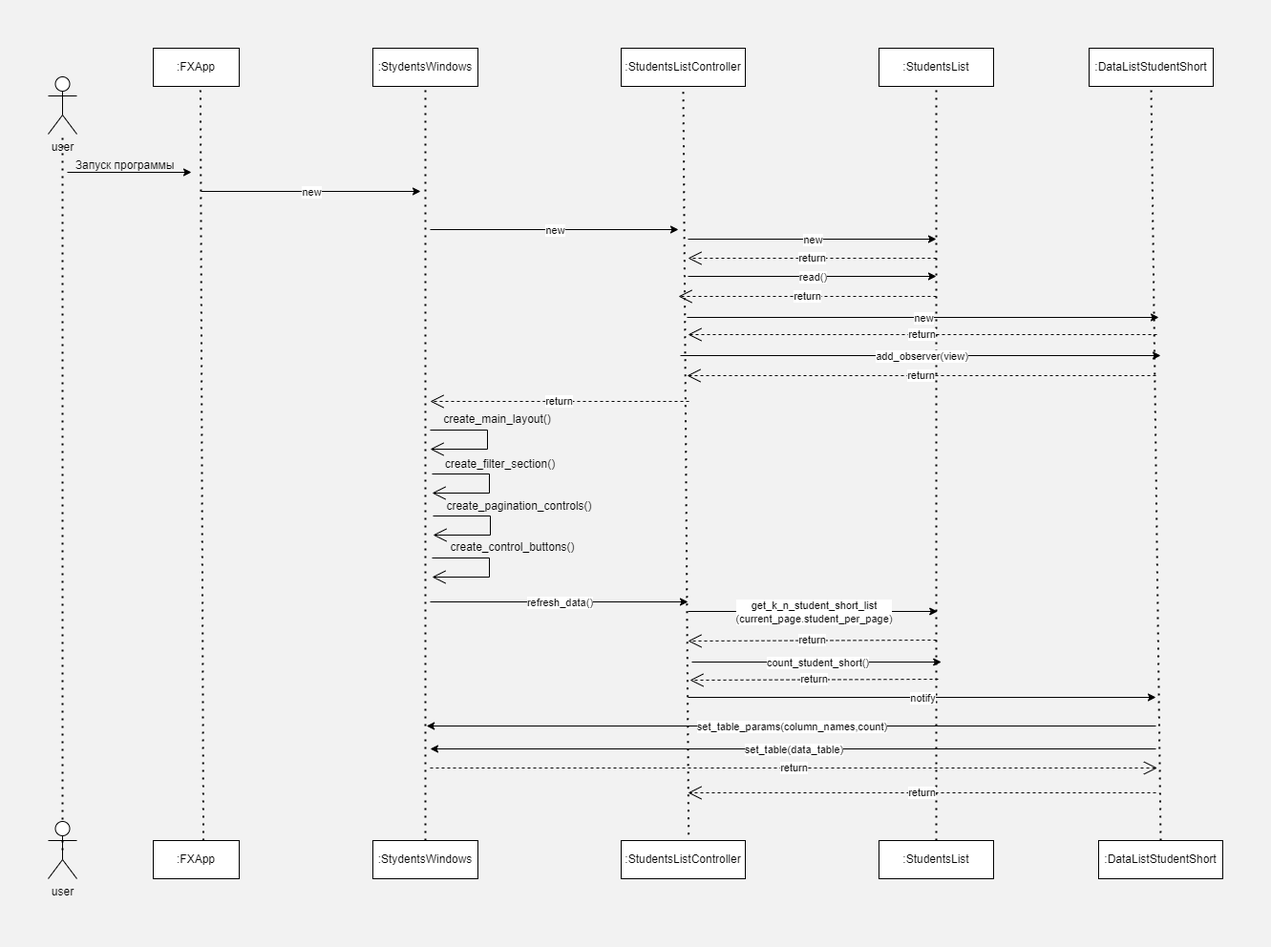
Above: class_student/database/sequence diagram.png in llKristina/ruby (draw.io), before the change. Source tidied: cells renumbered, new cells last; positions are measured from the earlier drawing's top-left corner, leaving out a move shared by most shapes.
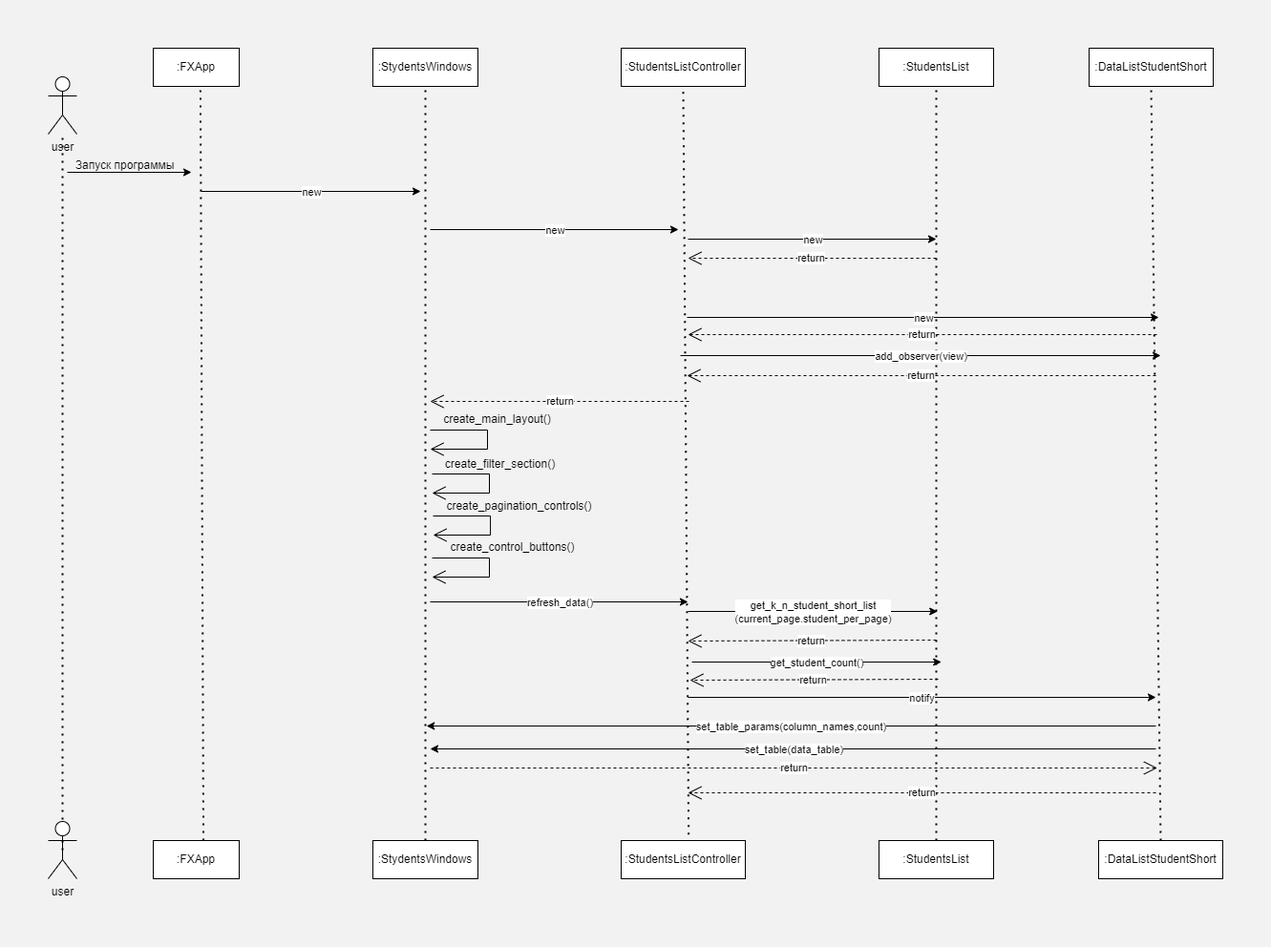
After the change.

Diff of the diagram source:
```diff
@@ -74,21 +74,6 @@
         <mxPoint x="670" y="220" as="targetPoint" />
       </mxGeometry>
     </mxCell>
-    <mxCell id="21" style="endArrow=classic;html=1;rounded=0;" parent="1" edge="1">
-      <mxGeometry relative="1" as="geometry">
-        <mxPoint x="670" y="239" as="sourcePoint" />
-        <mxPoint x="930" y="239" as="targetPoint" />
-      </mxGeometry>
-    </mxCell>
-    <mxCell id="22" value="read()" style="edgeLabel;html=1;align=center;verticalAlign=middle;" parent="21" vertex="1">
-      <mxGeometry relative="1" as="geometry" />
-    </mxCell>
-    <mxCell id="23" value="return" style="endArrow=open;endSize=12;dashed=1;html=1;rounded=0;" parent="1" edge="1">
-      <mxGeometry relative="1" as="geometry">
-        <mxPoint x="930" y="260" as="sourcePoint" />
-        <mxPoint x="660" y="260" as="targetPoint" />
-      </mxGeometry>
-    </mxCell>
     <mxCell id="24" value=":DataListStudentShort" style="html=1;whiteSpace=wrap;" parent="1" vertex="1">
       <mxGeometry x="1090" width="130" height="40" as="geometry" />
     </mxCell>
@@ -217,7 +202,7 @@
         <mxPoint x="935.2" y="643" as="targetPoint" />
       </mxGeometry>
     </mxCell>
-    <mxCell id="47" value="count_student_short()" style="edgeLabel;html=1;align=center;verticalAlign=middle;" parent="46" vertex="1">
+    <mxCell id="47" value="get_student_count()" style="edgeLabel;html=1;align=center;verticalAlign=middle;" parent="46" vertex="1">
       <mxGeometry relative="1" as="geometry" />
     </mxCell>
     <mxCell id="48" value="return" style="endArrow=open;endSize=12;dashed=1;html=1;rounded=0;" parent="1" edge="1">
```
